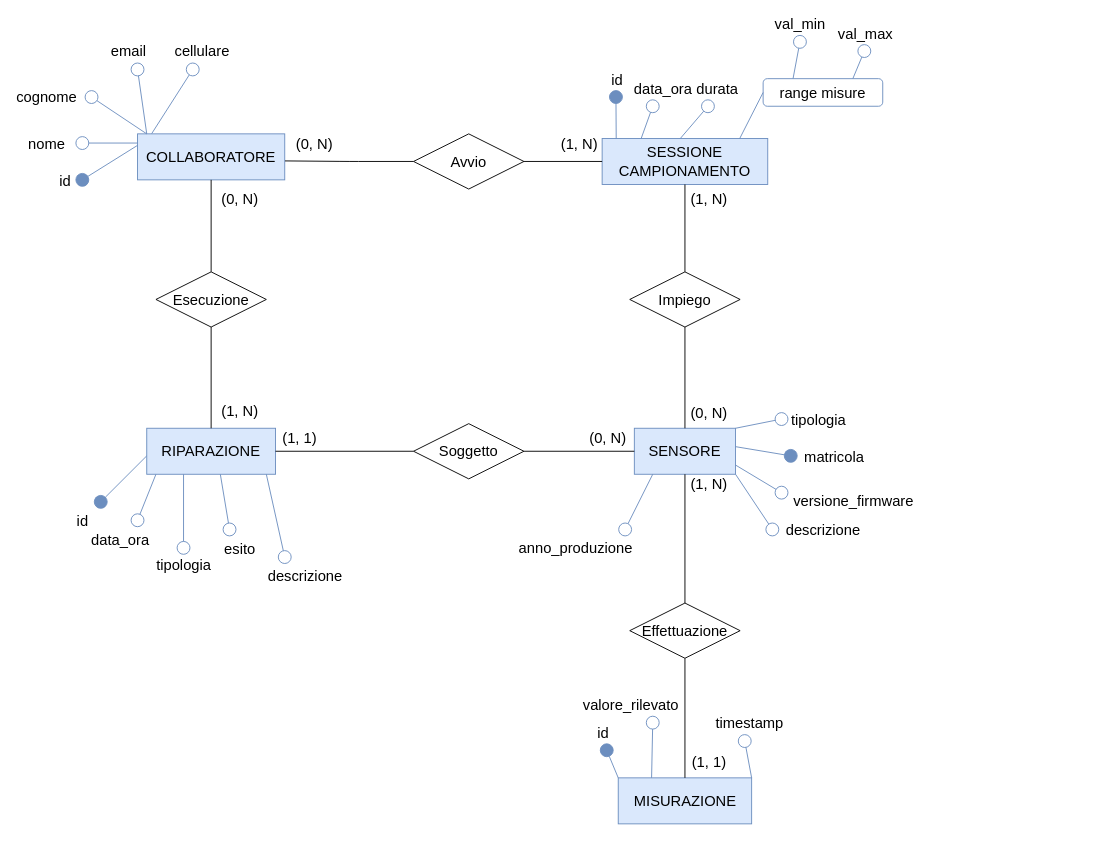
faffolao/ProgettoBD2022 keeps this draw.io diagram as page "Diag. Monitoraggio" (4 of 7) of diagramma-er.drawio. Above is the earlier version. Source tidied: cells renumbered, new cells numbered last; positions are measured from the earlier drawing's top-left corner, leaving out a move shared by most shapes. Both pictures are drawn from the tidied source at 92%, with x=0, y=0 at pixel (82, 41).
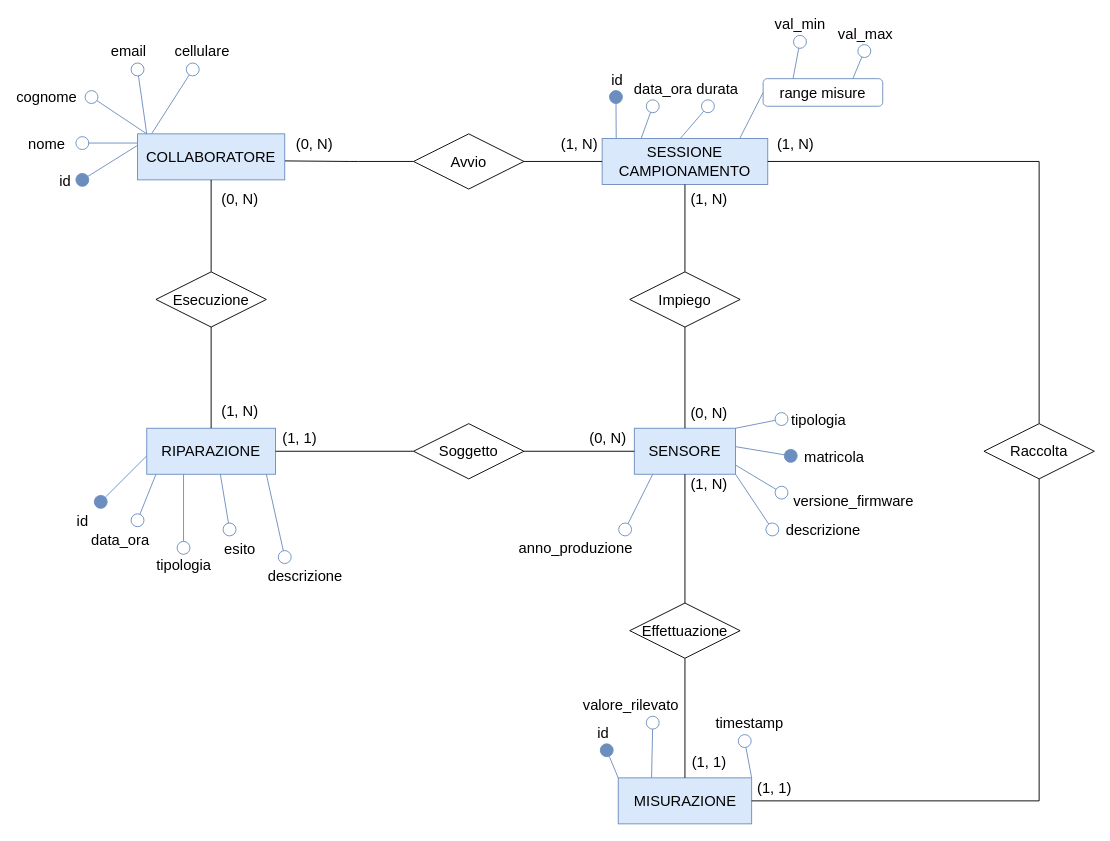
Above is the later version.

The change refers to these unchanged cells:
```xml
<mxCell id="43" value="SESSIONE CAMPIONAMENTO" style="whiteSpace=wrap;html=1;align=center;fontSize=16;fillColor=#dae8fc;strokeColor=#6c8ebf;" parent="1" vertex="1">
  <mxGeometry x="565" y="105" width="180" height="50" as="geometry" />
</mxCell>
<mxCell id="66" value="MISURAZIONE" style="whiteSpace=wrap;html=1;align=center;fontSize=16;fillColor=#dae8fc;strokeColor=#6c8ebf;" parent="1" vertex="1">
  <mxGeometry x="582.5" y="800" width="145" height="50" as="geometry" />
</mxCell>
```

Change to the diagram source:
```diff
@@
+    <mxCell id="80" style="edgeStyle=orthogonalEdgeStyle;rounded=0;jettySize=auto;html=1;entryX=1;entryY=0.5;entryDx=0;entryDy=0;endArrow=none;endFill=0;" parent="1" edge="1" source="84" target="66">
+      <mxGeometry relative="1" as="geometry">
+        <Array as="points">
+          <mxPoint x="1040" y="825" />
+        </Array>
+      </mxGeometry>
+    </mxCell>
+    <mxCell id="81" value="(1, 1)" style="edgeLabel;html=1;align=center;verticalAlign=middle;fontSize=16;" parent="80" vertex="1">
+      <mxGeometry x="0.89" relative="1" as="geometry">
+        <mxPoint x="-13" y="-15" as="offset" />
+      </mxGeometry>
+    </mxCell>
+    <mxCell id="82" style="edgeStyle=orthogonalEdgeStyle;rounded=0;jettySize=auto;html=1;entryX=1;entryY=0.5;entryDx=0;entryDy=0;endArrow=none;endFill=0;" parent="1" edge="1" source="84" target="43">
+      <mxGeometry relative="1" as="geometry">
+        <Array as="points">
+          <mxPoint x="1040" y="130" />
+        </Array>
+      </mxGeometry>
+    </mxCell>
+    <mxCell id="83" value="(1, N)" style="edgeLabel;html=1;align=center;verticalAlign=middle;fontSize=16;" parent="82" vertex="1">
+      <mxGeometry x="0.9" y="-2" relative="1" as="geometry">
+        <mxPoint y="-18" as="offset" />
+      </mxGeometry>
+    </mxCell>
+    <mxCell id="84" value="Raccolta" style="shape=rhombus;perimeter=rhombusPerimeter;whiteSpace=wrap;html=1;align=center;fontSize=16;" parent="1" vertex="1">
+      <mxGeometry x="980" y="415" width="120" height="60" as="geometry" />
+    </mxCell>
```
